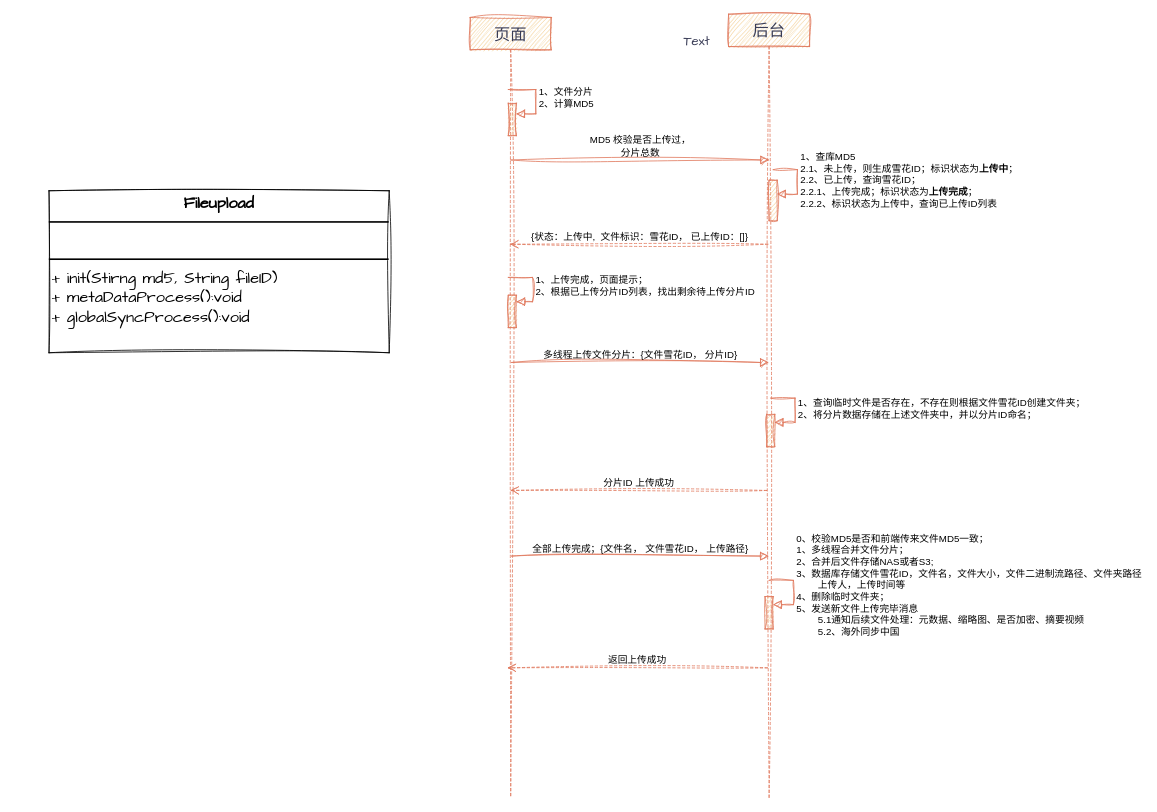
The draw.io diagram page "上传逻辑" (1 of 4) of 250506_upload_download.drawio in Utihbi/pics, before the edit. Source tidied: cells renumbered, new cells numbered last; positions are measured from the earlier drawing's top-left corner, leaving out a move shared by most shapes. Both pictures are drawn from the tidied source at 81%, with x=0, y=0 at pixel (49, 14).
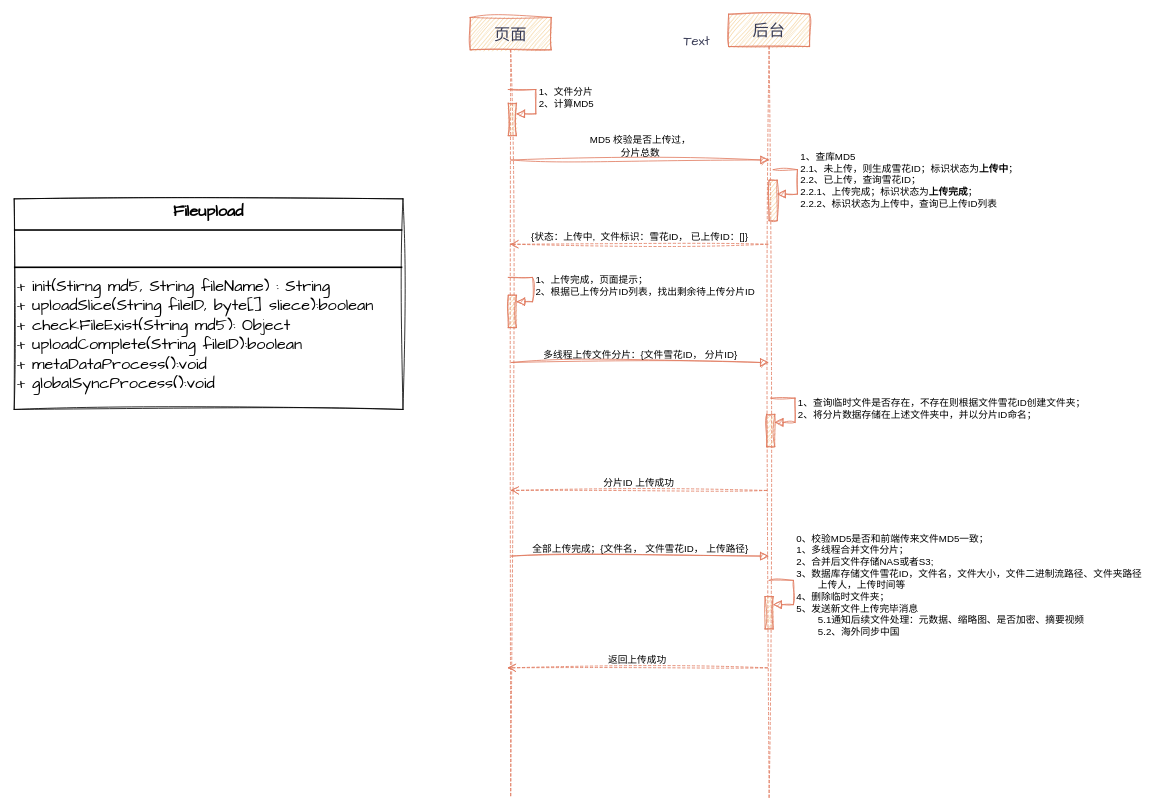
The same diagram, later.

Diff of the diagram source:
```diff
@@
-    <mxCell id="23" value="&lt;p style=&quot;margin:0px;margin-top:4px;text-align:center;&quot;&gt;&lt;b&gt;Fileupload&lt;/b&gt;&lt;/p&gt;&lt;hr style=&quot;border-style:solid;&quot;&gt;&lt;p style=&quot;margin:0px;margin-left:4px;&quot;&gt;&lt;br&gt;&lt;/p&gt;&lt;hr style=&quot;border-style:solid;&quot;&gt;&lt;p style=&quot;margin:0px;margin-left:4px;&quot;&gt;+ init(Stirng md5, String fileID)&lt;/p&gt;&lt;p style=&quot;margin:0px;margin-left:4px;&quot;&gt;+ metaDataProcess():void&lt;/p&gt;&lt;p style=&quot;margin:0px;margin-left:4px;&quot;&gt;+ globalSyncProcess():void&lt;/p&gt;" style="verticalAlign=top;align=left;overflow=fill;html=1;whiteSpace=wrap;sketch=1;hachureGap=4;jiggle=2;curveFitting=1;fontFamily=Architects Daughter;fontSize=20;" parent="1" vertex="1">
-      <mxGeometry y="218" width="420" height="200" as="geometry" />
+    <mxCell id="23" value="&lt;p style=&quot;margin:0px;margin-top:4px;text-align:center;&quot;&gt;&lt;b&gt;Fileupload&lt;/b&gt;&lt;/p&gt;&lt;hr style=&quot;border-style:solid;&quot;&gt;&lt;p style=&quot;margin:0px;margin-left:4px;&quot;&gt;&lt;br&gt;&lt;/p&gt;&lt;hr style=&quot;border-style:solid;&quot;&gt;&lt;p style=&quot;margin:0px;margin-left:4px;&quot;&gt;+ init(Stirng md5, String fileName) : String&lt;/p&gt;&lt;p style=&quot;margin:0px;margin-left:4px;&quot;&gt;+ uploadSlice(String fileID, byte[] sliece):boolean&lt;/p&gt;&lt;p style=&quot;margin:0px;margin-left:4px;&quot;&gt;+ checkFileExist(String md5): Object&lt;/p&gt;&lt;p style=&quot;margin:0px;margin-left:4px;&quot;&gt;+ uploadComplete(String fileID):boolean&lt;/p&gt;&lt;p style=&quot;margin:0px;margin-left:4px;&quot;&gt;+ metaDataProcess():void&lt;/p&gt;&lt;p style=&quot;margin:0px;margin-left:4px;&quot;&gt;+ globalSyncProcess():void&lt;/p&gt;" style="verticalAlign=top;align=left;overflow=fill;html=1;whiteSpace=wrap;sketch=1;hachureGap=4;jiggle=2;curveFitting=1;fontFamily=Architects Daughter;fontSize=20;" parent="1" vertex="1">
+      <mxGeometry x="-43" y="228" width="480" height="260" as="geometry" />
     </mxCell>
```
